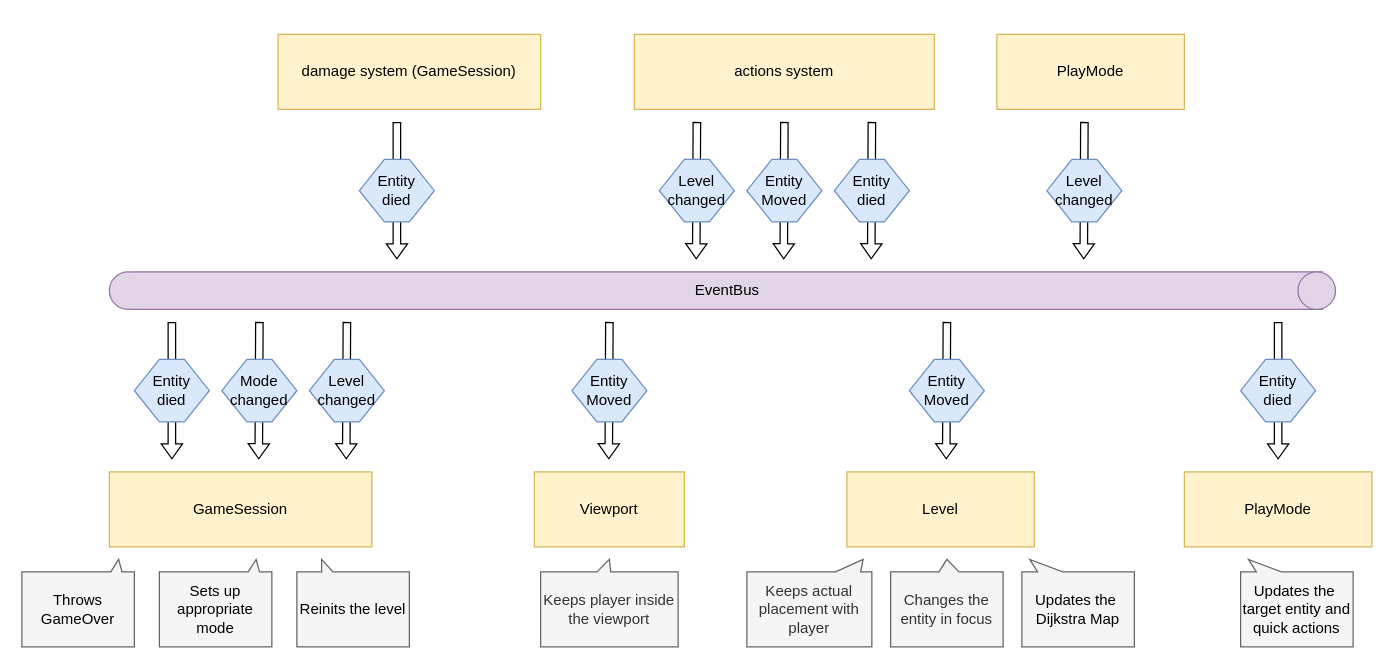
Before: page "Events" (5 of 11) of docs/schemas.drawio in vladimir-popov/forgotten_catacombs, a draw.io diagram. Source tidied: cells renumbered, new cells numbered last; positions are measured from the earlier drawing's top-left corner, leaving out a move shared by most shapes. Both pictures are drawn from the tidied source at 125%, with x=0, y=0 at pixel (21, 34).
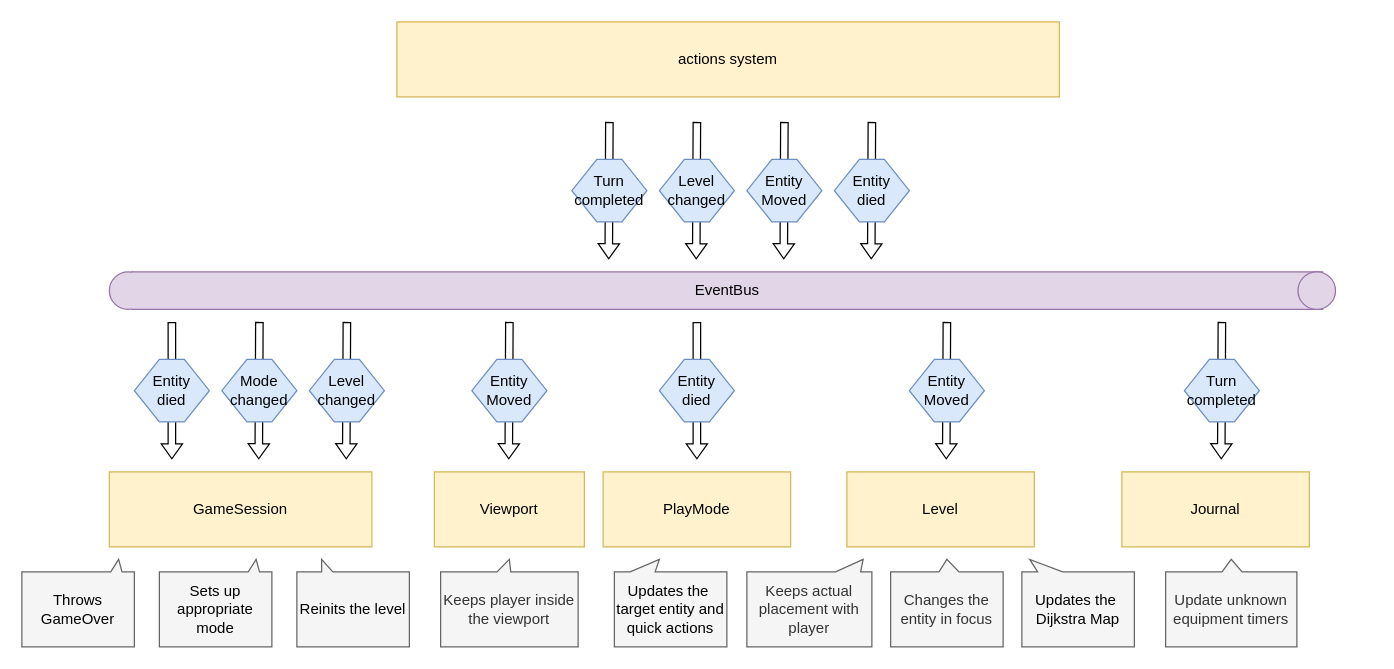
The same page after the edit.

What changed in the source:
```diff
@@
     <mxCell id="7" value="actions system" style="rounded=0;whiteSpace=wrap;html=1;fillColor=#fff2cc;strokeColor=#d6b656;" parent="1" vertex="1">
-      <mxGeometry x="490" width="240" height="60" as="geometry" />
+      <mxGeometry x="300" y="-10" width="530" height="60" as="geometry" />
     </mxCell>
     <mxCell id="8" value="Viewport" style="rounded=0;whiteSpace=wrap;html=1;fillColor=#fff2cc;strokeColor=#d6b656;" parent="1" vertex="1">
-      <mxGeometry x="410" y="350" width="120" height="60" as="geometry" />
+      <mxGeometry x="330" y="350" width="120" height="60" as="geometry" />
     </mxCell>
     <mxCell id="9" style="shape=flexArrow;endArrow=classic;html=1;rounded=0;endWidth=10;endSize=3.665;width=6;" parent="1" edge="1">
       <mxGeometry relative="1" as="geometry">
-        <mxPoint x="470" y="230" as="sourcePoint" />
-        <mxPoint x="469.5" y="340" as="targetPoint" />
+        <mxPoint x="390" y="230" as="sourcePoint" />
+        <mxPoint x="389.5" y="340" as="targetPoint" />
       </mxGeometry>
     </mxCell>
     <mxCell id="10" value="Entity Moved" style="shape=hexagon;perimeter=hexagonPerimeter2;whiteSpace=wrap;html=1;fixedSize=1;fillColor=#dae8fc;strokeColor=#6c8ebf;" parent="1" vertex="1">
-      <mxGeometry x="440" y="260" width="60" height="50" as="geometry" />
+      <mxGeometry x="360" y="260" width="60" height="50" as="geometry" />
     </mxCell>
     <mxCell id="11" value="Keeps player inside the viewport" style="shape=callout;whiteSpace=wrap;html=1;perimeter=calloutPerimeter;flipV=1;size=10;position=0.41;fillColor=#f5f5f5;fontColor=#333333;strokeColor=#666666;base=11;position2=0.5;" parent="1" vertex="1">
-      <mxGeometry x="415" y="420" width="110" height="70" as="geometry" />
+      <mxGeometry x="335" y="420" width="110" height="70" as="geometry" />
     </mxCell>
@@
     <mxCell id="19" value="PlayMode" style="rounded=0;whiteSpace=wrap;html=1;fillColor=#fff2cc;strokeColor=#d6b656;" parent="1" vertex="1">
-      <mxGeometry x="930" y="350" width="150" height="60" as="geometry" />
+      <mxGeometry x="465" y="350" width="150" height="60" as="geometry" />
     </mxCell>
@@
     <mxCell id="26" style="group;" parent="1" vertex="1">
-      <mxGeometry x="975" y="230" width="60" height="110" as="geometry" />
+      <mxGeometry x="510" y="230" width="60" height="110" as="geometry" />
     </mxCell>
@@
-    <mxCell id="41" value="Updates the&amp;nbsp;&lt;br&gt;target entity and quick actions" style="shape=callout;whiteSpace=wrap;html=1;perimeter=calloutPerimeter;flipV=1;size=10;position=0.14;fillColor=#f5f5f5;strokeColor=#666666;base=20;position2=0.07;" parent="1" vertex="1">
-      <mxGeometry x="975" y="420" width="90" height="70" as="geometry" />
+    <mxCell id="41" value="Updates the&amp;nbsp;&lt;br&gt;target entity and quick actions" style="shape=callout;whiteSpace=wrap;html=1;perimeter=calloutPerimeter;flipV=1;size=10;position=0.14;fillColor=#f5f5f5;strokeColor=#666666;base=20;position2=0.4;" parent="1" vertex="1">
+      <mxGeometry x="474" y="420" width="90" height="70" as="geometry" />
     </mxCell>
-    <mxCell id="42" value="PlayMode" style="rounded=0;whiteSpace=wrap;html=1;fillColor=#fff2cc;strokeColor=#d6b656;" parent="1" vertex="1">
-      <mxGeometry x="780" width="150" height="60" as="geometry" />
-    </mxCell>
-    <mxCell id="43" style="group;" parent="1" vertex="1">
-      <mxGeometry x="930" y="70" width="60" height="110" as="geometry" />
-    </mxCell>
-    <mxCell id="44" style="shape=flexArrow;endArrow=classic;html=1;rounded=0;endWidth=10;endSize=3.665;width=6;" parent="43" edge="1">
-      <mxGeometry relative="1" as="geometry">
-        <mxPoint x="-80" as="sourcePoint" />
-        <mxPoint x="-80.5" y="110" as="targetPoint" />
-      </mxGeometry>
-    </mxCell>
-    <mxCell id="45" value="Level changed" style="shape=hexagon;perimeter=hexagonPerimeter2;whiteSpace=wrap;html=1;fixedSize=1;fillColor=#dae8fc;strokeColor=#6c8ebf;" parent="43" vertex="1">
-      <mxGeometry x="-110" y="30" width="60" height="50" as="geometry" />
-    </mxCell>
@@
-    <mxCell id="49" value="damage system (GameSession)" style="rounded=0;whiteSpace=wrap;html=1;fillColor=#fff2cc;strokeColor=#d6b656;" parent="1" vertex="1">
-      <mxGeometry x="205" width="210" height="60" as="geometry" />
-    </mxCell>
-    <mxCell id="50" style="group;" parent="1" vertex="1">
-      <mxGeometry x="270" y="70" width="60" height="110" as="geometry" />
-    </mxCell>
-    <mxCell id="51" style="shape=flexArrow;endArrow=classic;html=1;rounded=0;endWidth=10;endSize=3.665;width=6;" parent="50" edge="1">
-      <mxGeometry relative="1" as="geometry">
-        <mxPoint x="30" as="sourcePoint" />
-        <mxPoint x="30" y="110" as="targetPoint" />
-      </mxGeometry>
-    </mxCell>
-    <mxCell id="52" value="Entity&lt;div&gt;d&lt;span style=&quot;background-color: transparent; color: light-dark(rgb(0, 0, 0), rgb(255, 255, 255));&quot;&gt;ied&lt;/span&gt;&lt;/div&gt;" style="shape=hexagon;perimeter=hexagonPerimeter2;whiteSpace=wrap;html=1;fixedSize=1;fillColor=#dae8fc;strokeColor=#6c8ebf;" parent="50" vertex="1">
-      <mxGeometry y="30" width="60" height="50" as="geometry" />
-    </mxCell>
@@
+    <mxCell id="54" style="group;" parent="1" vertex="1">
+      <mxGeometry x="440" y="70" width="60" height="110" as="geometry" />
+    </mxCell>
+    <mxCell id="55" style="shape=flexArrow;endArrow=classic;html=1;rounded=0;endWidth=10;endSize=3.665;width=6;" parent="54" edge="1">
+      <mxGeometry relative="1" as="geometry">
+        <mxPoint x="30" as="sourcePoint" />
+        <mxPoint x="29.5" y="110" as="targetPoint" />
+      </mxGeometry>
+    </mxCell>
+    <mxCell id="56" value="Turn completed" style="shape=hexagon;perimeter=hexagonPerimeter2;whiteSpace=wrap;html=1;fixedSize=1;fillColor=#dae8fc;strokeColor=#6c8ebf;" parent="54" vertex="1">
+      <mxGeometry y="30" width="60" height="50" as="geometry" />
+    </mxCell>
+    <mxCell id="57" value="Update unknown equipment timers" style="shape=callout;whiteSpace=wrap;html=1;perimeter=calloutPerimeter;flipV=1;size=10;position=0.43;fillColor=#f5f5f5;fontColor=#333333;strokeColor=#666666;base=16;" parent="1" vertex="1">
+      <mxGeometry x="915" y="420" width="105" height="70" as="geometry" />
+    </mxCell>
+    <mxCell id="58" value="Journal" style="rounded=0;whiteSpace=wrap;html=1;fillColor=#fff2cc;strokeColor=#d6b656;" parent="1" vertex="1">
+      <mxGeometry x="880" y="350" width="150" height="60" as="geometry" />
+    </mxCell>
+    <mxCell id="59" style="group;" parent="1" vertex="1">
+      <mxGeometry x="930" y="230" width="60" height="110" as="geometry" />
+    </mxCell>
+    <mxCell id="60" style="shape=flexArrow;endArrow=classic;html=1;rounded=0;endWidth=10;endSize=3.665;width=6;" parent="59" edge="1">
+      <mxGeometry relative="1" as="geometry">
+        <mxPoint x="30" as="sourcePoint" />
+        <mxPoint x="29.5" y="110" as="targetPoint" />
+      </mxGeometry>
+    </mxCell>
+    <mxCell id="61" value="Turn completed" style="shape=hexagon;perimeter=hexagonPerimeter2;whiteSpace=wrap;html=1;fixedSize=1;fillColor=#dae8fc;strokeColor=#6c8ebf;" parent="59" vertex="1">
+      <mxGeometry y="30" width="60" height="50" as="geometry" />
+    </mxCell>
```
